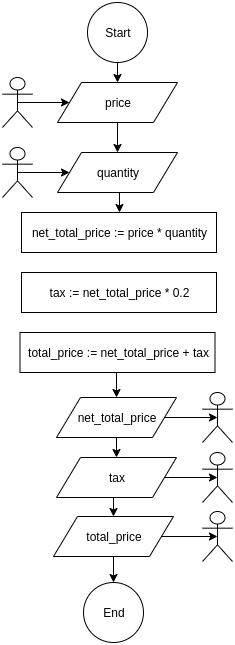
Above: milestone1/images/TCA_1_2.png in oiraqi/xcommerce-standalone-c (draw.io), before the change. Source tidied: cells renumbered, new cells last; positions are measured from the earlier drawing's top-left corner, leaving out a move shared by most shapes. Source of this version:
```xml
<mxGraphModel>
  <root>
    <mxCell id="0" />
    <mxCell id="1" parent="0" />
    <mxCell id="2" style="edgeStyle=orthogonalEdgeStyle;rounded=0;jettySize=auto;html=1;exitX=0.5;exitY=1;exitDx=0;exitDy=0;entryX=0.5;entryY=0;entryDx=0;entryDy=0;" parent="1" edge="1" source="3" target="5">
      <mxGeometry relative="1" as="geometry" />
    </mxCell>
    <mxCell id="3" value="Start" style="ellipse;whiteSpace=wrap;html=1;" parent="1" vertex="1">
      <mxGeometry x="85" width="60" height="60" as="geometry" />
    </mxCell>
    <mxCell id="4" style="edgeStyle=orthogonalEdgeStyle;rounded=0;jettySize=auto;html=1;exitX=0.5;exitY=1;exitDx=0;exitDy=0;entryX=0.5;entryY=0;entryDx=0;entryDy=0;" parent="1" edge="1" source="5" target="7">
      <mxGeometry relative="1" as="geometry" />
    </mxCell>
    <mxCell id="5" value="price" style="shape=parallelogram;perimeter=parallelogramPerimeter;whiteSpace=wrap;html=1;" parent="1" vertex="1">
      <mxGeometry x="55" y="80" width="120" height="40" as="geometry" />
    </mxCell>
    <mxCell id="6" style="edgeStyle=orthogonalEdgeStyle;rounded=0;jettySize=auto;html=1;exitX=0.5;exitY=1;exitDx=0;exitDy=0;entryX=0.5;entryY=0;entryDx=0;entryDy=0;" parent="1" edge="1" source="7" target="8">
      <mxGeometry relative="1" as="geometry" />
    </mxCell>
    <mxCell id="7" value="quantity" style="shape=parallelogram;perimeter=parallelogramPerimeter;whiteSpace=wrap;html=1;" parent="1" vertex="1">
      <mxGeometry x="55" y="150" width="120" height="40" as="geometry" />
    </mxCell>
    <mxCell id="8" value="net_total_price := price * quantity" style="rounded=0;whiteSpace=wrap;html=1;" parent="1" vertex="1">
      <mxGeometry x="19" y="210" width="195" height="40" as="geometry" />
    </mxCell>
    <mxCell id="9" style="edgeStyle=orthogonalEdgeStyle;rounded=0;jettySize=auto;html=1;exitX=1;exitY=0.5;exitDx=0;exitDy=0;entryX=0.5;entryY=0.5;entryDx=0;entryDy=0;entryPerimeter=0;" parent="1" edge="1" source="11" target="17">
      <mxGeometry relative="1" as="geometry" />
    </mxCell>
    <mxCell id="10" style="edgeStyle=orthogonalEdgeStyle;rounded=0;jettySize=auto;html=1;exitX=0.5;exitY=1;exitDx=0;exitDy=0;entryX=0.5;entryY=0;entryDx=0;entryDy=0;" parent="1" edge="1" source="11" target="23">
      <mxGeometry relative="1" as="geometry" />
    </mxCell>
    <mxCell id="11" value="net_total_price" style="shape=parallelogram;perimeter=parallelogramPerimeter;whiteSpace=wrap;html=1;" parent="1" vertex="1">
      <mxGeometry x="54" y="395" width="120" height="40" as="geometry" />
    </mxCell>
    <mxCell id="12" value="End" style="ellipse;whiteSpace=wrap;html=1;" parent="1" vertex="1">
      <mxGeometry x="81" y="580" width="60" height="60" as="geometry" />
    </mxCell>
    <mxCell id="13" style="edgeStyle=orthogonalEdgeStyle;rounded=0;jettySize=auto;html=1;exitX=0.5;exitY=0.5;exitDx=0;exitDy=0;exitPerimeter=0;entryX=0;entryY=0.5;entryDx=0;entryDy=0;" parent="1" edge="1" source="14" target="5">
      <mxGeometry relative="1" as="geometry" />
    </mxCell>
    <mxCell id="14" style="shape=umlActor;verticalLabelPosition=bottom;labelBackgroundColor=#ffffff;verticalAlign=top;html=1;outlineConnect=0;" parent="1" vertex="1">
      <mxGeometry y="75" width="30" height="50" as="geometry" />
    </mxCell>
    <mxCell id="15" style="edgeStyle=orthogonalEdgeStyle;rounded=0;jettySize=auto;html=1;exitX=0.5;exitY=0.5;exitDx=0;exitDy=0;exitPerimeter=0;entryX=0;entryY=0.5;entryDx=0;entryDy=0;" parent="1" edge="1" source="16" target="7">
      <mxGeometry relative="1" as="geometry" />
    </mxCell>
    <mxCell id="16" style="shape=umlActor;verticalLabelPosition=bottom;labelBackgroundColor=#ffffff;verticalAlign=top;html=1;outlineConnect=0;" parent="1" vertex="1">
      <mxGeometry y="145" width="30" height="50" as="geometry" />
    </mxCell>
    <mxCell id="17" style="shape=umlActor;verticalLabelPosition=bottom;labelBackgroundColor=#ffffff;verticalAlign=top;html=1;outlineConnect=0;" parent="1" vertex="1">
      <mxGeometry x="200" y="390" width="30" height="50" as="geometry" />
    </mxCell>
    <mxCell id="18" value="tax := net_total_price * 0.2" style="rounded=0;whiteSpace=wrap;html=1;" parent="1" vertex="1">
      <mxGeometry x="19" y="270" width="195" height="40" as="geometry" />
    </mxCell>
    <mxCell id="19" style="edgeStyle=orthogonalEdgeStyle;rounded=0;jettySize=auto;html=1;exitX=0.5;exitY=1;exitDx=0;exitDy=0;entryX=0.5;entryY=0;entryDx=0;entryDy=0;" parent="1" edge="1" source="20" target="11">
      <mxGeometry relative="1" as="geometry" />
    </mxCell>
    <mxCell id="20" value="total_price := net_total_price + tax" style="rounded=0;whiteSpace=wrap;html=1;" parent="1" vertex="1">
      <mxGeometry x="17.5" y="330" width="195" height="40" as="geometry" />
    </mxCell>
    <mxCell id="21" style="edgeStyle=orthogonalEdgeStyle;rounded=0;jettySize=auto;html=1;exitX=1;exitY=0.5;exitDx=0;exitDy=0;entryX=0.5;entryY=0.5;entryDx=0;entryDy=0;entryPerimeter=0;" parent="1" edge="1" source="23" target="24">
      <mxGeometry relative="1" as="geometry" />
    </mxCell>
    <mxCell id="22" style="edgeStyle=orthogonalEdgeStyle;rounded=0;jettySize=auto;html=1;exitX=0.5;exitY=1;exitDx=0;exitDy=0;entryX=0.5;entryY=0;entryDx=0;entryDy=0;" parent="1" edge="1" source="23" target="27">
      <mxGeometry relative="1" as="geometry" />
    </mxCell>
    <mxCell id="23" value="tax" style="shape=parallelogram;perimeter=parallelogramPerimeter;whiteSpace=wrap;html=1;" parent="1" vertex="1">
      <mxGeometry x="54" y="455" width="120" height="40" as="geometry" />
    </mxCell>
    <mxCell id="24" style="shape=umlActor;verticalLabelPosition=bottom;labelBackgroundColor=#ffffff;verticalAlign=top;html=1;outlineConnect=0;" parent="1" vertex="1">
      <mxGeometry x="200" y="450" width="30" height="50" as="geometry" />
    </mxCell>
    <mxCell id="25" style="edgeStyle=orthogonalEdgeStyle;rounded=0;jettySize=auto;html=1;exitX=1;exitY=0.5;exitDx=0;exitDy=0;entryX=0.5;entryY=0.5;entryDx=0;entryDy=0;entryPerimeter=0;" parent="1" edge="1" source="27" target="28">
      <mxGeometry relative="1" as="geometry" />
    </mxCell>
    <mxCell id="26" style="edgeStyle=orthogonalEdgeStyle;rounded=0;jettySize=auto;html=1;exitX=0.5;exitY=1;exitDx=0;exitDy=0;" parent="1" edge="1" source="27" target="12">
      <mxGeometry relative="1" as="geometry" />
    </mxCell>
    <mxCell id="27" value="total_price" style="shape=parallelogram;perimeter=parallelogramPerimeter;whiteSpace=wrap;html=1;" parent="1" vertex="1">
      <mxGeometry x="51" y="514" width="120" height="40" as="geometry" />
    </mxCell>
    <mxCell id="28" style="shape=umlActor;verticalLabelPosition=bottom;labelBackgroundColor=#ffffff;verticalAlign=top;html=1;outlineConnect=0;" parent="1" vertex="1">
      <mxGeometry x="200" y="509" width="30" height="50" as="geometry" />
    </mxCell>
  </root>
</mxGraphModel>
```
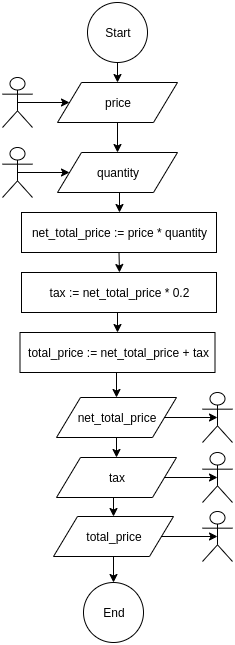
Later version of the same file.

What changed in the source:
```diff
@@ -20,6 +20,9 @@
     <mxCell id="7" value="quantity" style="shape=parallelogram;perimeter=parallelogramPerimeter;whiteSpace=wrap;html=1;" parent="1" vertex="1">
       <mxGeometry x="55" y="150" width="120" height="40" as="geometry" />
     </mxCell>
+    <mxCell id="29" style="edgeStyle=orthogonalEdgeStyle;rounded=0;jettySize=auto;html=1;exitX=0.5;exitY=1;exitDx=0;exitDy=0;entryX=0.5;entryY=0;entryDx=0;entryDy=0;" parent="1" edge="1" source="8" target="18">
+      <mxGeometry relative="1" as="geometry" />
+    </mxCell>
     <mxCell id="8" value="net_total_price := price * quantity" style="rounded=0;whiteSpace=wrap;html=1;" parent="1" vertex="1">
       <mxGeometry x="19" y="210" width="195" height="40" as="geometry" />
     </mxCell>
@@ -50,6 +53,9 @@
     <mxCell id="17" style="shape=umlActor;verticalLabelPosition=bottom;labelBackgroundColor=#ffffff;verticalAlign=top;html=1;outlineConnect=0;" parent="1" vertex="1">
       <mxGeometry x="200" y="390" width="30" height="50" as="geometry" />
     </mxCell>
+    <mxCell id="30" style="edgeStyle=orthogonalEdgeStyle;rounded=0;jettySize=auto;html=1;exitX=0.5;exitY=1;exitDx=0;exitDy=0;entryX=0.5;entryY=0;entryDx=0;entryDy=0;" parent="1" edge="1" source="18" target="20">
+      <mxGeometry relative="1" as="geometry" />
+    </mxCell>
     <mxCell id="18" value="tax := net_total_price * 0.2" style="rounded=0;whiteSpace=wrap;html=1;" parent="1" vertex="1">
       <mxGeometry x="19" y="270" width="195" height="40" as="geometry" />
     </mxCell>
```
